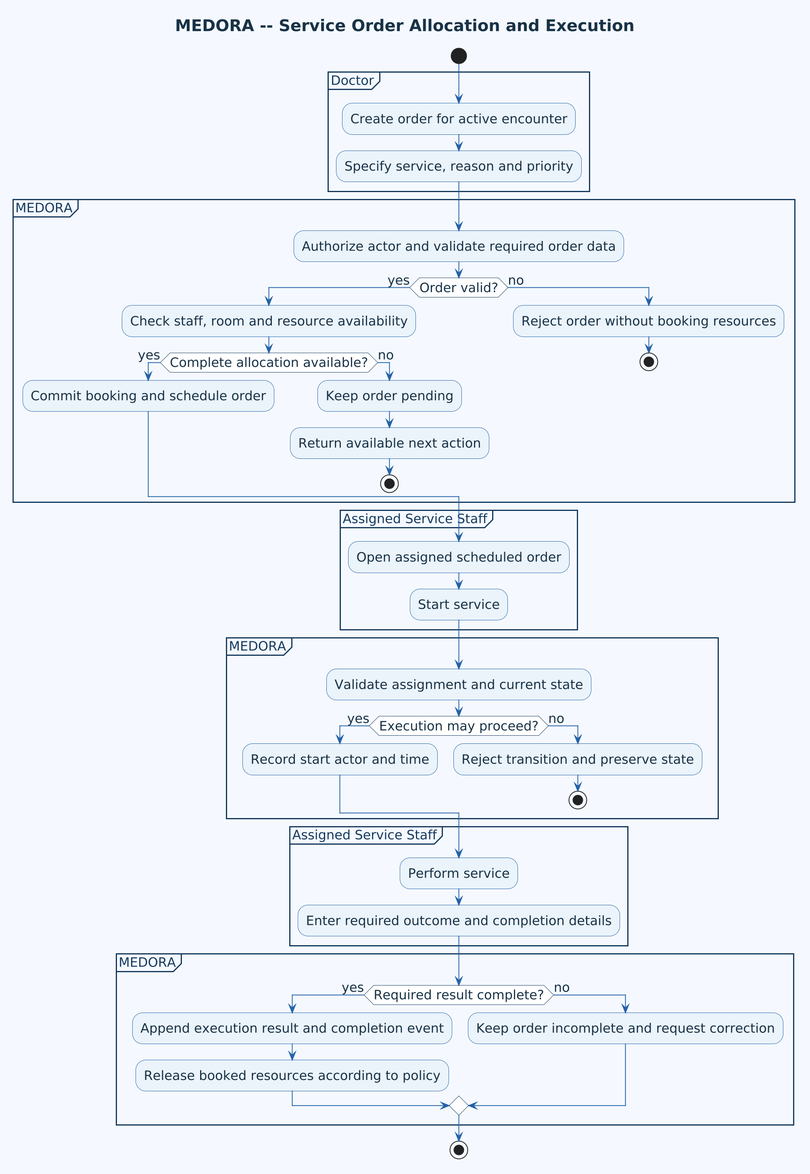
Before: doc/asset/05-behavioral-modeling-implementation/behavioral-uml/activity-by-workflow/figure/service-order-execution.png, a diagram exported from PlantUML (DucDung-1107/SysDes_2026.1_Group_08). Its diagram source:
```plantuml
@startuml
title MEDORA -- Service Order Allocation and Execution
skinparam shadowing false
skinparam dpi 192
skinparam defaultFontName Arial
skinparam defaultFontColor #183247
skinparam defaultFontSize 16
skinparam titleFontSize 20
skinparam note {
  BackgroundColor #EAF3FB
  BorderColor #2563A6
  FontColor #183247
}
skinparam backgroundColor #F5F9FE
skinparam ArrowColor #2563A6
skinparam activity {
  BackgroundColor #EAF3FB
  BorderColor #2563A6
  FontColor #183247
  DiamondBackgroundColor #FFFFFF
  DiamondBorderColor #163A5F
  BarColor #2A9D9F
}
skinparam partition {
  BackgroundColor #F5F9FE
  BorderColor #163A5F
  FontColor #163A5F
}
start
partition Doctor {
  :Create order for active encounter;
  :Specify service, reason and priority;
}
partition MEDORA {
  :Authorize actor and validate required order data;
  if (Order valid?) then (yes)
    :Check staff, room and resource availability;
    if (Complete allocation available?) then (yes)
      :Commit booking and schedule order;
    else (no)
      :Keep order pending;
      :Return available next action;
      stop
    endif
  else (no)
    :Reject order without booking resources;
    stop
  endif
}
partition "Assigned Service Staff" {
  :Open assigned scheduled order;
  :Start service;
}
partition MEDORA {
  :Validate assignment and current state;
  if (Execution may proceed?) then (yes)
    :Record start actor and time;
  else (no)
    :Reject transition and preserve state;
    stop
  endif
}
partition "Assigned Service Staff" {
  :Perform service;
  :Enter required outcome and completion details;
}
partition MEDORA {
  if (Required result complete?) then (yes)
    :Append execution result and completion event;
    :Release booked resources according to policy;
  else (no)
    :Keep order incomplete and request correction;
  endif
}
stop
@enduml
```
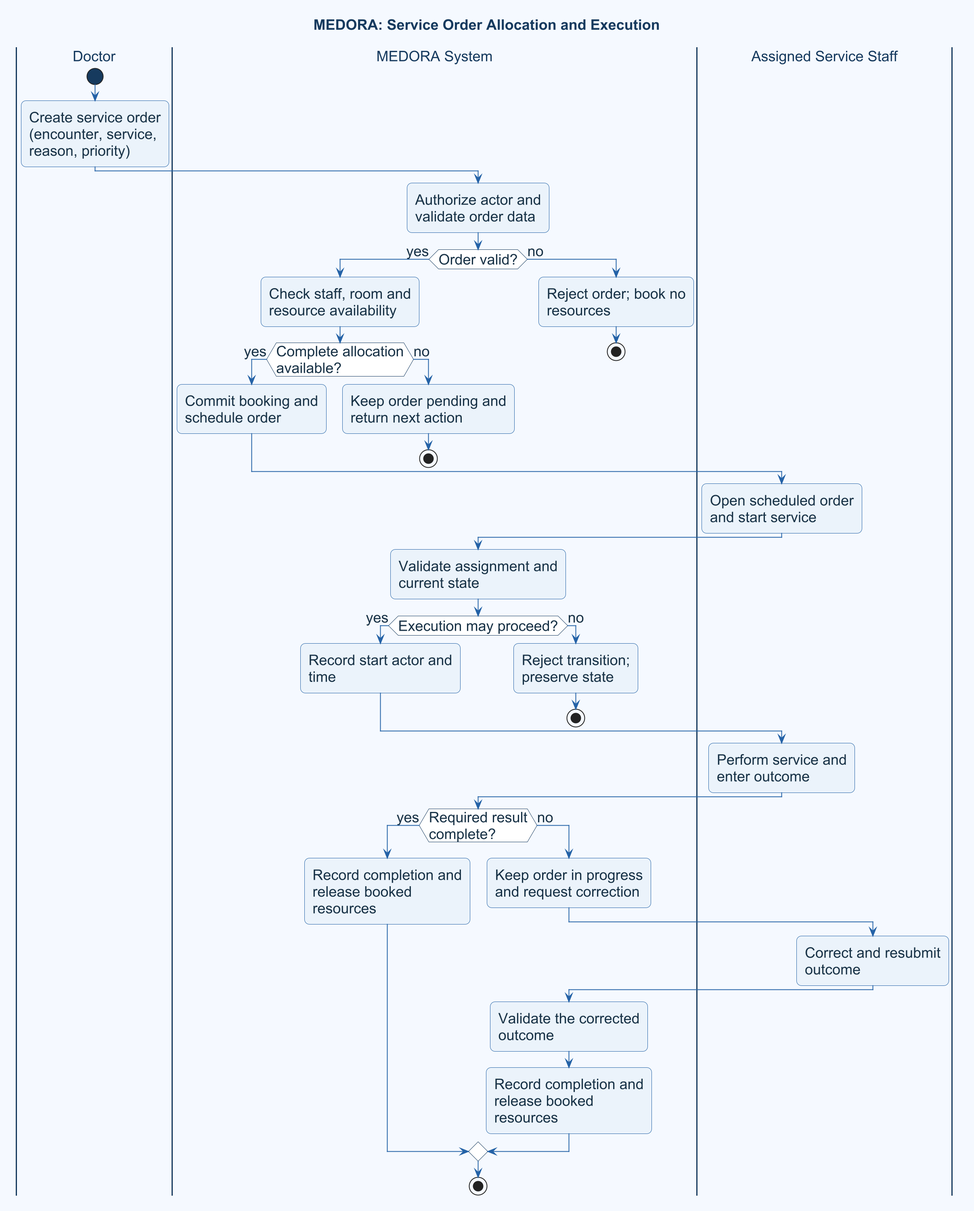
The same diagram one commit later.

Change to the diagram source:
```diff
@@ -1,76 +1,52 @@
 @startuml
-title MEDORA -- Service Order Allocation and Execution
-skinparam shadowing false
+title MEDORA: Service Order Allocation and Execution
+!include ../../../../shared/templates/medora-style.puml
 skinparam dpi 192
-skinparam defaultFontName Arial
-skinparam defaultFontColor #183247
-skinparam defaultFontSize 16
-skinparam titleFontSize 20
-skinparam note {
-  BackgroundColor #EAF3FB
-  BorderColor #2563A6
-  FontColor #183247
-}
-skinparam backgroundColor #F5F9FE
-skinparam ArrowColor #2563A6
-skinparam activity {
-  BackgroundColor #EAF3FB
-  BorderColor #2563A6
-  FontColor #183247
-  DiamondBackgroundColor #FFFFFF
-  DiamondBorderColor #163A5F
-  BarColor #2A9D9F
-}
-skinparam partition {
-  BackgroundColor #F5F9FE
-  BorderColor #163A5F
-  FontColor #163A5F
-}
+skinparam defaultFontSize 18
+skinparam titleFontSize 18
+skinparam wrapWidth 200
+skinparam maxMessageSize 200
+|Doctor|
 start
-partition Doctor {
-  :Create order for active encounter;
-  :Specify service, reason and priority;
-}
-partition MEDORA {
-  :Authorize actor and validate required order data;
-  if (Order valid?) then (yes)
-    :Check staff, room and resource availability;
-    if (Complete allocation available?) then (yes)
-      :Commit booking and schedule order;
-    else (no)
-      :Keep order pending;
-      :Return available next action;
-      stop
-    endif
+:Create service order (encounter, service, reason, priority);
+|MEDORA System|
+:Authorize actor and validate order data;
+if (Order valid?) then (yes)
+  :Check staff, room and resource availability;
+  if (Complete allocation available?) then (yes)
+    :Commit booking and schedule order;
   else (no)
-    :Reject order without booking resources;
+    :Keep order pending and return next action;
     stop
   endif
-}
-partition "Assigned Service Staff" {
-  :Open assigned scheduled order;
-  :Start service;
-}
-partition MEDORA {
-  :Validate assignment and current state;
-  if (Execution may proceed?) then (yes)
-    :Record start actor and time;
-  else (no)
-    :Reject transition and preserve state;
-    stop
-  endif
-}
-partition "Assigned Service Staff" {
-  :Perform service;
-  :Enter required outcome and completion details;
-}
-partition MEDORA {
-  if (Required result complete?) then (yes)
-    :Append execution result and completion event;
-    :Release booked resources according to policy;
-  else (no)
-    :Keep order incomplete and request correction;
-  endif
-}
+else (no)
+  :Reject order; book no resources;
+  stop
+endif
+
+|Assigned Service Staff|
+:Open scheduled order and start service;
+|MEDORA System|
+:Validate assignment and current state;
+if (Execution may proceed?) then (yes)
+  :Record start actor and time;
+else (no)
+  :Reject transition; preserve state;
+  stop
+endif
+
+|Assigned Service Staff|
+:Perform service and enter outcome;
+|MEDORA System|
+if (Required result complete?) then (yes)
+  :Record completion and release booked resources;
+else (no)
+  :Keep order in progress and request correction;
+  |Assigned Service Staff|
+  :Correct and resubmit outcome;
+  |MEDORA System|
+  :Validate the corrected outcome;
+  :Record completion and release booked resources;
+endif
 stop
 @enduml
```
